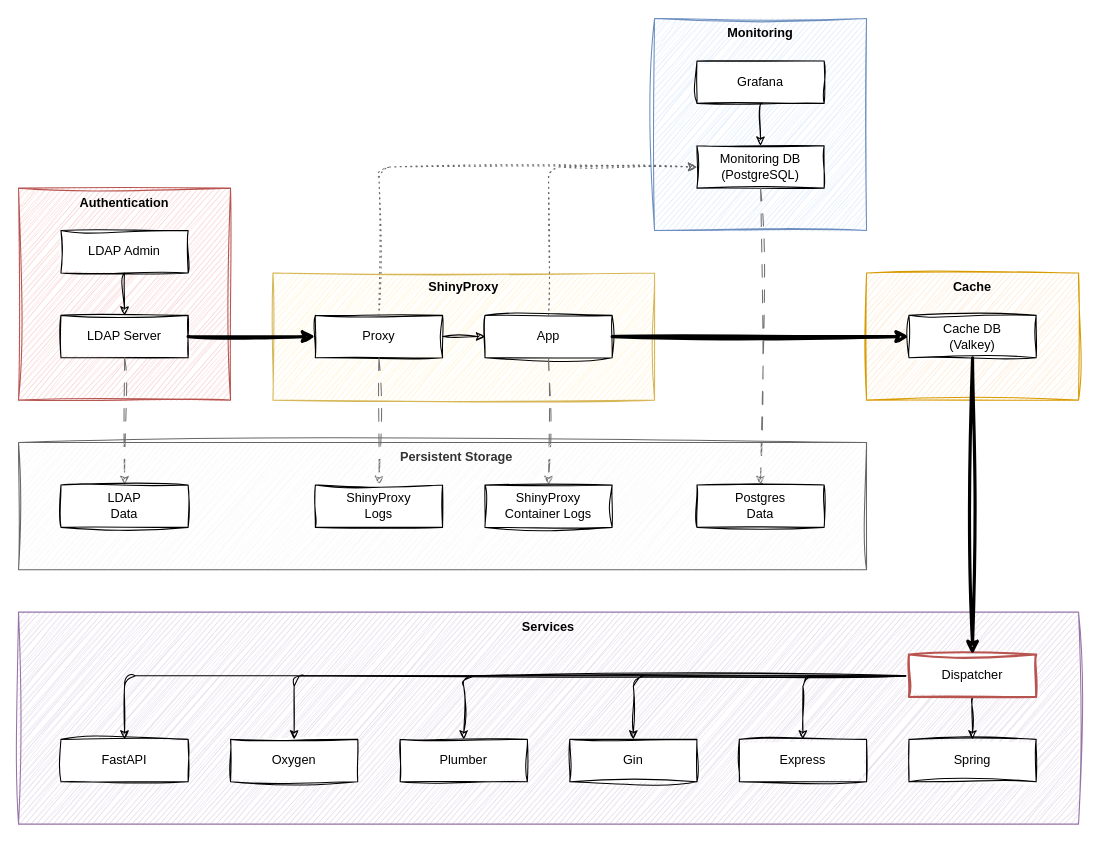
Before: architecture.drawio in Gotfrid/shiny-system-design, a draw.io diagram. Source tidied: cells renumbered, new cells numbered last; positions are measured from the earlier drawing's top-left corner, leaving out a move shared by most shapes. Both pictures are drawn from the tidied source at 106%, with x=0, y=0 at pixel (18, 18).
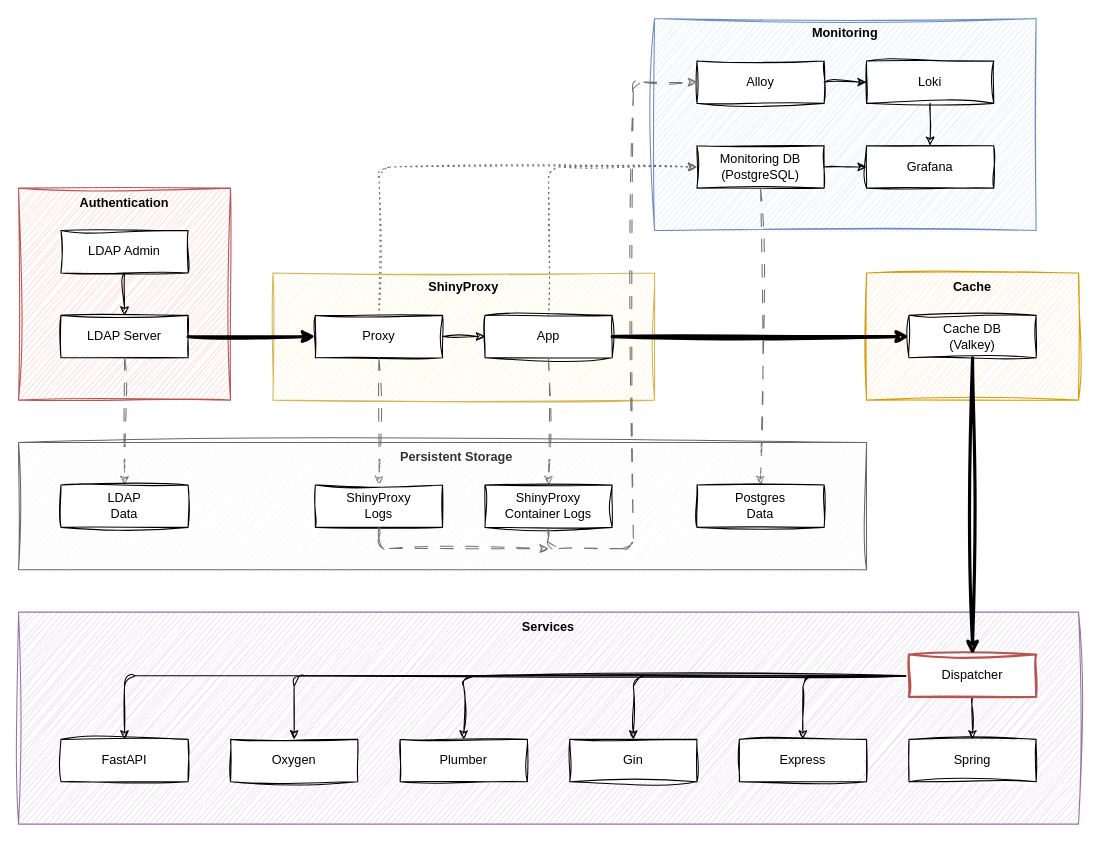
The same page after the edit.

Commit message:
[root] feat: add loki and alloy to the architecture diagram

Unchanged cells that the change refers to:
```xml
<mxCell id="25" value="Monitoring DB&lt;div&gt;(PostgreSQL)&lt;/div&gt;" style="whiteSpace=wrap;html=1;sketch=1;curveFitting=1;jiggle=2;" parent="1" vertex="1">
  <mxGeometry x="640" y="120" width="120" height="40" as="geometry" />
</mxCell>
<mxCell id="45" value="ShinyProxy&lt;div&gt;Logs&lt;/div&gt;" style="whiteSpace=wrap;html=1;sketch=1;curveFitting=1;jiggle=2;" parent="42" vertex="1">
  <mxGeometry x="280" y="40" width="120" height="40" as="geometry" />
</mxCell>
<mxCell id="46" value="ShinyProxy&lt;div&gt;Container Logs&lt;/div&gt;" style="whiteSpace=wrap;html=1;sketch=1;curveFitting=1;jiggle=2;" parent="42" vertex="1">
  <mxGeometry x="440" y="40" width="120" height="40" as="geometry" />
</mxCell>
```

Diff of the diagram source:
```diff
@@
     <mxCell id="24" value="&lt;b&gt;Monitoring&lt;/b&gt;" style="whiteSpace=wrap;html=1;verticalAlign=top;fillColor=#dae8fc;strokeColor=#6c8ebf;sketch=1;curveFitting=1;jiggle=2;" parent="1" vertex="1">
-      <mxGeometry x="600" width="200" height="200" as="geometry" />
+      <mxGeometry x="600" width="360" height="200" as="geometry" />
     </mxCell>
@@
-    <mxCell id="26" style="edgeStyle=none;html=1;sketch=1;curveFitting=1;jiggle=2;" parent="1" edge="1" source="27" target="25">
-      <mxGeometry relative="1" as="geometry" />
-    </mxCell>
     <mxCell id="27" value="Grafana" style="whiteSpace=wrap;html=1;sketch=1;curveFitting=1;jiggle=2;" parent="1" vertex="1">
-      <mxGeometry x="640" y="40" width="120" height="40" as="geometry" />
+      <mxGeometry x="800" y="120" width="120" height="40" as="geometry" />
     </mxCell>
@@
+    <mxCell id="48" value="Loki" style="whiteSpace=wrap;html=1;sketch=1;curveFitting=1;jiggle=2;" parent="1" vertex="1">
+      <mxGeometry x="800" y="40" width="120" height="40" as="geometry" />
+    </mxCell>
+    <mxCell id="49" value="Alloy" style="whiteSpace=wrap;html=1;sketch=1;curveFitting=1;jiggle=2;" parent="1" vertex="1">
+      <mxGeometry x="640" y="40" width="120" height="40" as="geometry" />
+    </mxCell>
+    <mxCell id="50" style="edgeStyle=none;html=1;sketch=1;curveFitting=1;jiggle=2;exitX=1;exitY=0.5;exitDx=0;exitDy=0;entryX=0;entryY=0.5;entryDx=0;entryDy=0;" parent="1" edge="1" source="49" target="48">
+      <mxGeometry relative="1" as="geometry" />
+    </mxCell>
+    <mxCell id="51" style="edgeStyle=none;html=1;exitX=0.5;exitY=1;exitDx=0;exitDy=0;entryX=0;entryY=0.5;entryDx=0;entryDy=0;strokeColor=#727272;dashed=1;dashPattern=12 12;sketch=1;curveFitting=1;jiggle=2;" parent="1" edge="1" source="46" target="49">
+      <mxGeometry relative="1" as="geometry">
+        <Array as="points">
+          <mxPoint x="500" y="500" />
+          <mxPoint x="580" y="500" />
+          <mxPoint x="580" y="60" />
+        </Array>
+      </mxGeometry>
+    </mxCell>
+    <mxCell id="52" style="edgeStyle=none;html=1;exitX=0.5;exitY=1;exitDx=0;exitDy=0;strokeColor=#727272;dashed=1;dashPattern=12 12;sketch=1;curveFitting=1;jiggle=2;" parent="1" edge="1" source="45">
+      <mxGeometry relative="1" as="geometry">
+        <mxPoint x="500" y="500" as="targetPoint" />
+        <Array as="points">
+          <mxPoint x="340" y="500" />
+        </Array>
+      </mxGeometry>
+    </mxCell>
+    <mxCell id="53" style="edgeStyle=none;html=1;sketch=1;curveFitting=1;jiggle=2;exitX=1;exitY=0.5;exitDx=0;exitDy=0;entryX=0;entryY=0.5;entryDx=0;entryDy=0;" parent="1" edge="1" source="25" target="27">
+      <mxGeometry relative="1" as="geometry" />
+    </mxCell>
+    <mxCell id="54" style="edgeStyle=none;html=1;sketch=1;curveFitting=1;jiggle=2;exitX=0.5;exitY=1;exitDx=0;exitDy=0;entryX=0.5;entryY=0;entryDx=0;entryDy=0;" parent="1" edge="1" source="48" target="27">
+      <mxGeometry relative="1" as="geometry" />
+    </mxCell>
```
